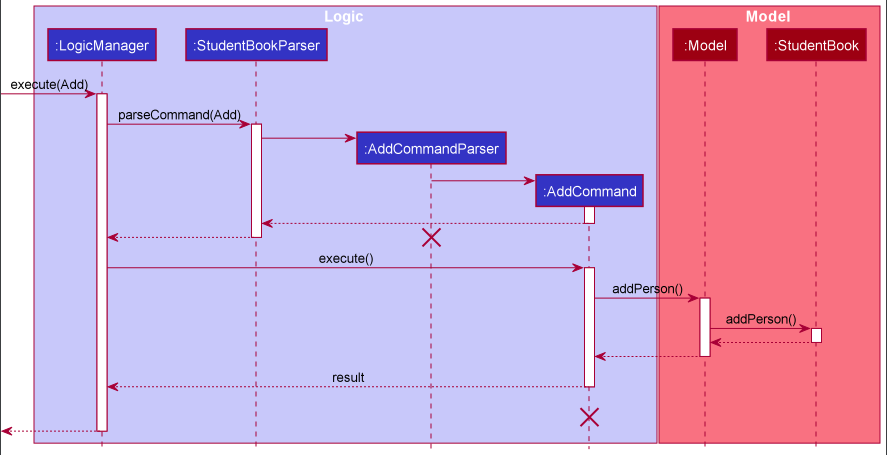
nus-cs2103-AY2021S2/tp keeps this PlantUML diagram as docs/images/AddSequenceDiagram.png. Above is the earlier version. Its source is kept beside it as docs/diagrams/AddSequenceDiagram.puml.
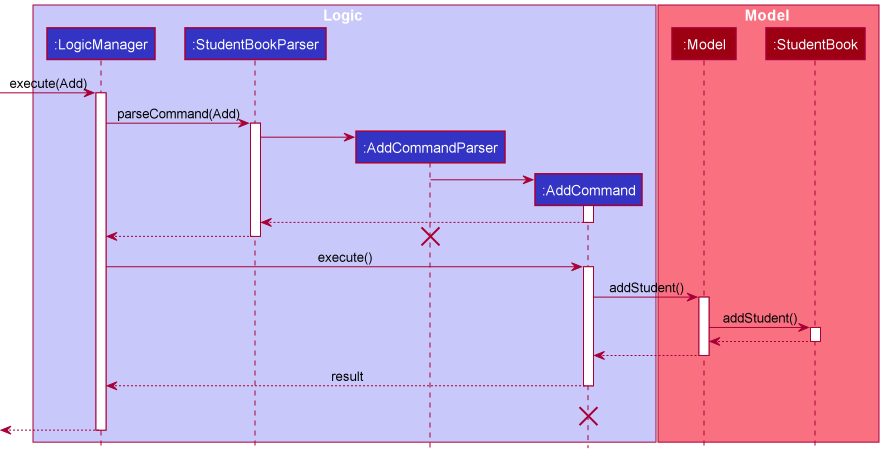
Later version of the same file.

What changed in the source:
```diff
@@ -35,10 +35,10 @@
 LogicManager -> AddCommand : execute()
 activate AddCommand
 
-AddCommand -> Model : addPerson()
+AddCommand -> Model : addStudent()
 activate Model
 
-Model -> StudentBook : addPerson()
+Model -> StudentBook : addStudent()
 activate StudentBook
 
 StudentBook --> Model :
```
